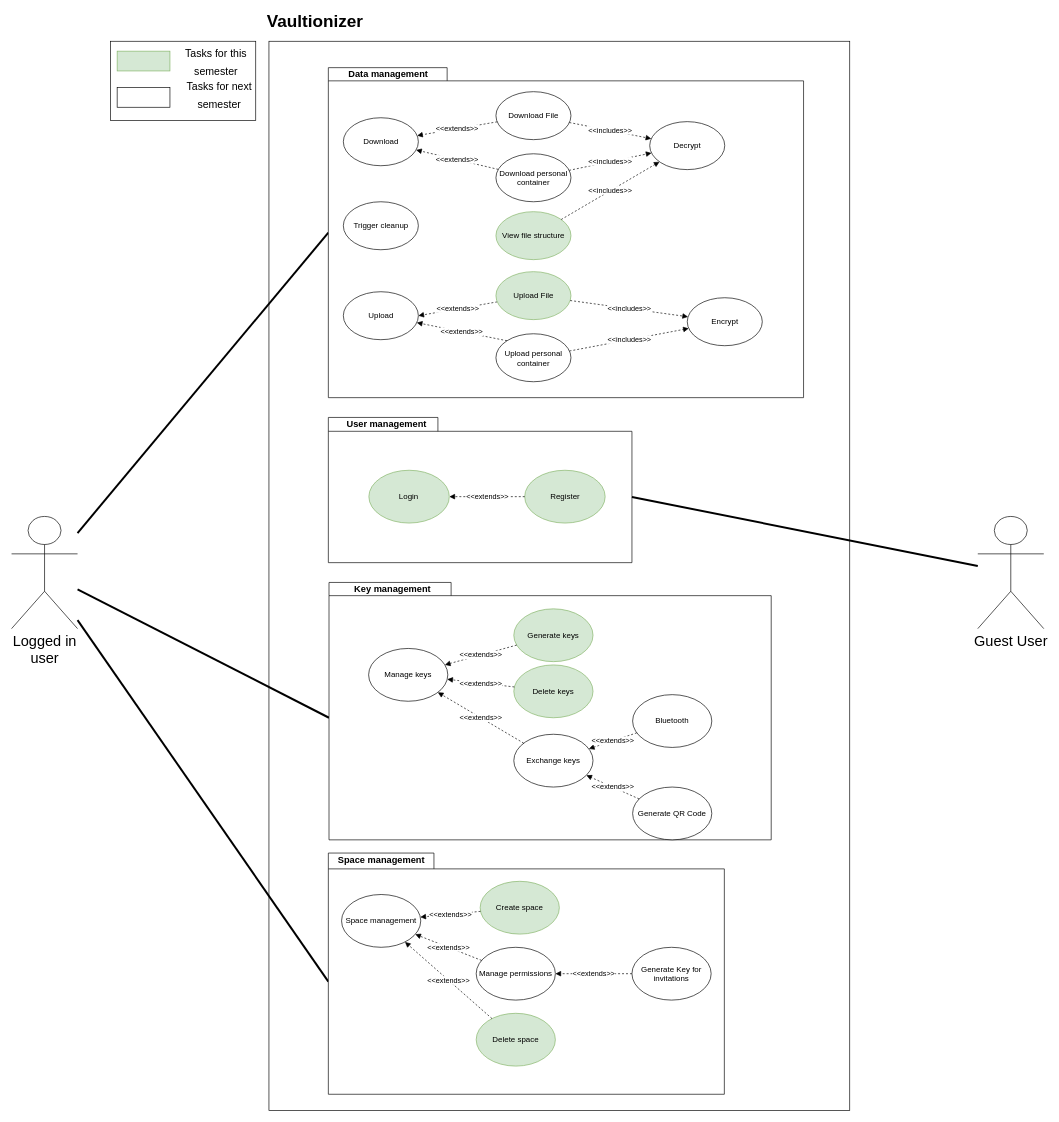
The draw.io diagram img/use_cases/overall_use_case.drawio in Vaultionizer/vault-docs, before the edit. Source tidied: cells renumbered, new cells numbered last; positions are measured from the earlier drawing's top-left corner, leaving out a move shared by most shapes. Both pictures are drawn from the tidied source at 66%, with x=0, y=0 at pixel (11, 15).
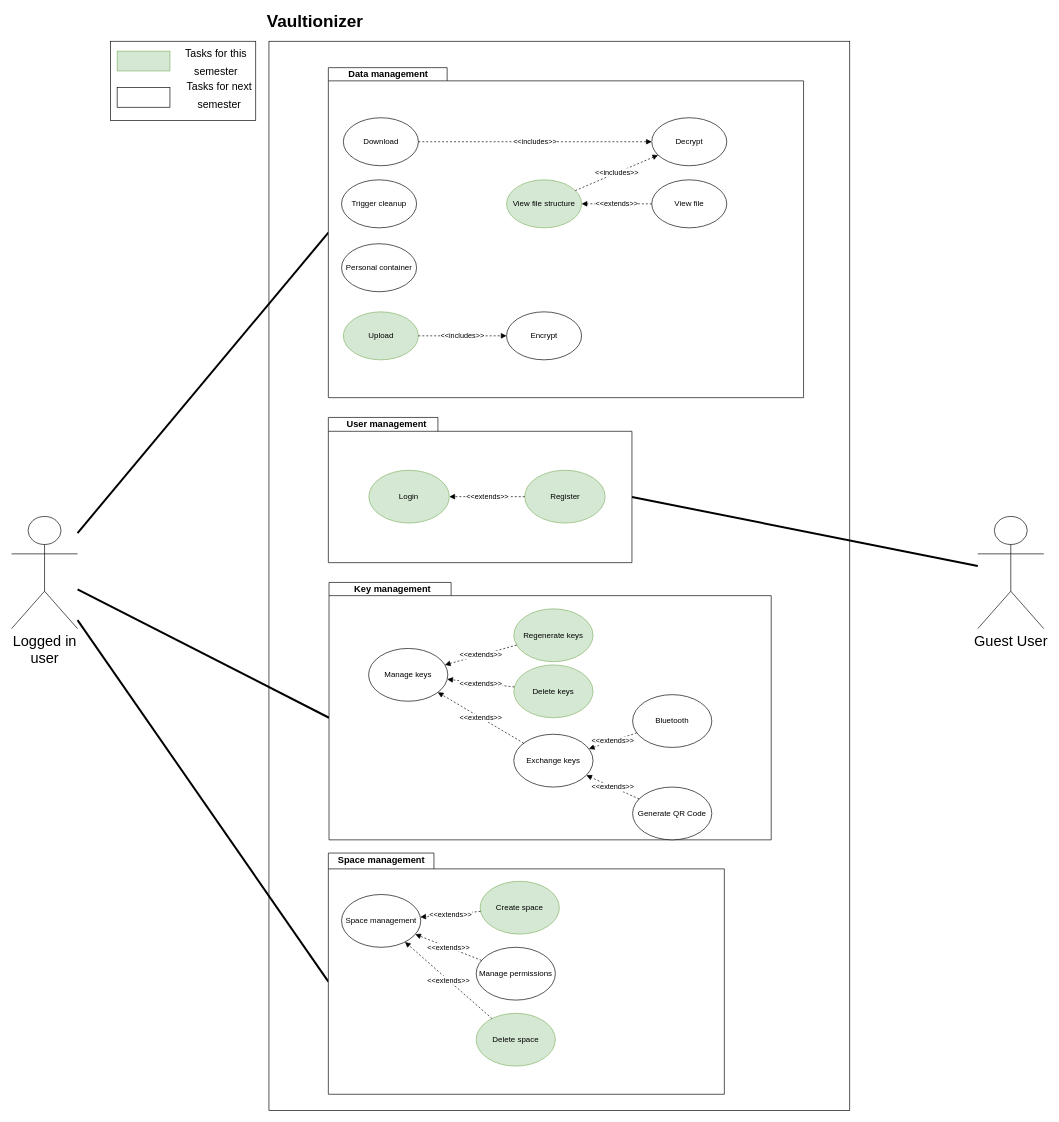
The same diagram, later.

Unchanged cells that the change refers to:
```xml
<mxCell id="9" style="group;" parent="7" vertex="1">
  <mxGeometry x="10" y="-10" width="600" height="365.5" as="geometry" />
</mxCell>
<mxCell id="14" value="Manage permissions" style="ellipse;whiteSpace=wrap;html=1;" parent="9" vertex="1">
  <mxGeometry x="224" y="142.8" width="120" height="80" as="geometry" />
</mxCell>
<mxCell id="22" style="group;" parent="1" vertex="1">
  <mxGeometry x="481" y="860" width="670" height="390" as="geometry" />
</mxCell>
<mxCell id="42" style="group;" parent="1" vertex="1">
  <mxGeometry x="480" y="80" width="720" height="500" as="geometry" />
</mxCell>
<mxCell id="52" value="&lt;div&gt;Download&lt;br&gt;&lt;/div&gt;" style="ellipse;whiteSpace=wrap;html=1;" parent="42" vertex="1">
  <mxGeometry x="22.7" y="75.9" width="113.7" height="72.7" as="geometry" />
</mxCell>
```

The edit, as a diff of the source:
```diff
@@
-    <mxCell id="15" value="Generate Key for invitations" style="ellipse;whiteSpace=wrap;html=1;" parent="9" vertex="1">
-      <mxGeometry x="460" y="142.8" width="120" height="80" as="geometry" />
-    </mxCell>
@@
-    <mxCell id="17" value="&amp;lt;&amp;lt;extends&amp;gt;&amp;gt;" style="edgeStyle=none;rounded=0;jettySize=auto;html=1;dashed=1;endArrow=block;endFill=1;" parent="9" edge="1" source="15" target="14">
-      <mxGeometry relative="1" as="geometry" />
-    </mxCell>
@@
-    <mxCell id="25" value="Generate keys" style="ellipse;whiteSpace=wrap;html=1;fillColor=#d5e8d4;strokeColor=#82b366;" parent="22" vertex="1">
+    <mxCell id="25" value="Regenerate keys" style="ellipse;whiteSpace=wrap;html=1;fillColor=#d5e8d4;strokeColor=#82b366;" parent="22" vertex="1">
       <mxGeometry x="280" y="40" width="120" height="80" as="geometry" />
     </mxCell>
@@
-    <mxCell id="44" value="Upload" style="ellipse;whiteSpace=wrap;html=1;" parent="42" vertex="1">
-      <mxGeometry x="22.7" y="339.5" width="113.7" height="72.7" as="geometry" />
+    <mxCell id="44" value="Upload" style="ellipse;whiteSpace=wrap;html=1;fillColor=#d5e8d4;strokeColor=#82b366;" parent="42" vertex="1">
+      <mxGeometry x="22.7" y="370" width="113.7" height="72.7" as="geometry" />
     </mxCell>
-    <mxCell id="45" value="&amp;lt;&amp;lt;extends&amp;gt;&amp;gt;" style="rounded=0;jettySize=auto;html=1;entryX=1;entryY=0.5;entryDx=0;entryDy=0;dashed=1;endArrow=block;endFill=1;" parent="42" edge="1" source="46" target="44">
-      <mxGeometry x="-6.2" y="218.2" as="geometry" />
-    </mxCell>
-    <mxCell id="46" value="Upload File" style="ellipse;whiteSpace=wrap;html=1;fillColor=#d5e8d4;strokeColor=#82b366;" parent="42" vertex="1">
-      <mxGeometry x="253.9" y="309.1" width="113.7" height="72.7" as="geometry" />
-    </mxCell>
     <mxCell id="47" value="Encrypt " style="ellipse;whiteSpace=wrap;html=1;" parent="42" vertex="1">
-      <mxGeometry x="543.8" y="348.6" width="113.7" height="72.7" as="geometry" />
+      <mxGeometry x="270" y="370" width="113.7" height="72.7" as="geometry" />
     </mxCell>
-    <mxCell id="48" value="&amp;lt;&amp;lt;includes&amp;gt;&amp;gt;" style="edgeStyle=none;rounded=0;jettySize=auto;html=1;dashed=1;endArrow=block;endFill=1;" parent="42" edge="1" source="46" target="47">
+    <mxCell id="48" value="&amp;lt;&amp;lt;includes&amp;gt;&amp;gt;" style="edgeStyle=none;rounded=0;jettySize=auto;html=1;dashed=1;endArrow=block;endFill=1;exitX=1;exitY=0.5;exitDx=0;exitDy=0;" parent="42" edge="1" source="44" target="47">
       <mxGeometry x="-6.2" y="218.2" as="geometry" />
     </mxCell>
-    <mxCell id="49" value="&amp;lt;&amp;lt;includes&amp;gt;&amp;gt;" style="edgeStyle=none;rounded=0;jettySize=auto;html=1;dashed=1;endArrow=block;endFill=1;" parent="42" edge="1" source="50" target="47">
-      <mxGeometry x="-6.2" y="218.2" as="geometry" />
-    </mxCell>
-    <mxCell id="50" value="Upload personal container" style="ellipse;whiteSpace=wrap;html=1;" parent="42" vertex="1">
-      <mxGeometry x="253.9" y="403.2" width="113.7" height="72.7" as="geometry" />
-    </mxCell>
-    <mxCell id="51" value="&amp;lt;&amp;lt;extends&amp;gt;&amp;gt;" style="rounded=0;jettySize=auto;html=1;dashed=1;endArrow=block;endFill=1;exitX=0;exitY=0;exitDx=0;exitDy=0;" parent="42" edge="1" source="50" target="44">
-      <mxGeometry x="-6.2" y="218.2" as="geometry" />
-    </mxCell>
@@
-    <mxCell id="53" value="&amp;lt;&amp;lt;extends&amp;gt;&amp;gt;" style="edgeStyle=none;rounded=0;jettySize=auto;html=1;dashed=1;endArrow=block;endFill=1;" parent="42" edge="1" source="57" target="52">
-      <mxGeometry x="9.5" as="geometry" />
-    </mxCell>
-    <mxCell id="54" value="Download File" style="ellipse;whiteSpace=wrap;html=1;" parent="42" vertex="1">
-      <mxGeometry x="253.9" y="36.4" width="113.7" height="72.7" as="geometry" />
-    </mxCell>
     <mxCell id="55" value="Decrypt" style="ellipse;whiteSpace=wrap;html=1;" parent="42" vertex="1">
-      <mxGeometry x="486.9" y="81.8" width="113.7" height="72.7" as="geometry" />
+      <mxGeometry x="490" y="75.9" width="113.7" height="72.7" as="geometry" />
     </mxCell>
-    <mxCell id="56" value="&amp;lt;&amp;lt;includes&amp;gt;&amp;gt;" style="edgeStyle=none;rounded=0;jettySize=auto;html=1;dashed=1;endArrow=block;endFill=1;" parent="42" edge="1" source="57" target="55">
-      <mxGeometry x="9.5" as="geometry" />
-    </mxCell>
-    <mxCell id="57" value="Download personal container" style="ellipse;whiteSpace=wrap;html=1;" parent="42" vertex="1">
-      <mxGeometry x="253.9" y="130.5" width="113.7" height="72.7" as="geometry" />
+    <mxCell id="57" value="Personal container" style="ellipse;whiteSpace=wrap;html=1;" parent="42" vertex="1">
+      <mxGeometry x="20" y="266.8" width="113.7" height="72.7" as="geometry" />
     </mxCell>
-    <mxCell id="58" value="&amp;lt;&amp;lt;includes&amp;gt;&amp;gt;" style="edgeStyle=none;rounded=0;jettySize=auto;html=1;dashed=1;endArrow=block;endFill=1;" parent="42" edge="1" source="54" target="55">
+    <mxCell id="58" value="&amp;lt;&amp;lt;includes&amp;gt;&amp;gt;" style="edgeStyle=none;rounded=0;jettySize=auto;html=1;dashed=1;endArrow=block;endFill=1;exitX=1;exitY=0.5;exitDx=0;exitDy=0;" parent="42" edge="1" source="52" target="55">
       <mxGeometry x="9.5" as="geometry" />
     </mxCell>
-    <mxCell id="59" value="&amp;lt;&amp;lt;extends&amp;gt;&amp;gt;" style="edgeStyle=none;rounded=0;jettySize=auto;html=1;dashed=1;endArrow=block;endFill=1;" parent="42" edge="1" source="54" target="52">
-      <mxGeometry x="9.5" as="geometry" />
-    </mxCell>
     <mxCell id="60" value="View file structure" style="ellipse;whiteSpace=wrap;html=1;fillColor=#d5e8d4;strokeColor=#82b366;" parent="42" vertex="1">
-      <mxGeometry x="253.9" y="218.2" width="113.7" height="72.7" as="geometry" />
+      <mxGeometry x="270" y="170" width="113.7" height="72.7" as="geometry" />
     </mxCell>
@@
     <mxCell id="63" value="Trigger cleanup" style="ellipse;whiteSpace=wrap;html=1;" parent="42" vertex="1">
-      <mxGeometry x="22.7" y="203.2" width="113.7" height="72.7" as="geometry" />
+      <mxGeometry x="20" y="170" width="113.7" height="72.7" as="geometry" />
     </mxCell>
+    <mxCell id="74" value="&amp;lt;&amp;lt;extends&amp;gt;&amp;gt;" style="edgeStyle=orthogonalEdgeStyle;rounded=0;jettySize=auto;html=1;exitX=0;exitY=0.5;exitDx=0;exitDy=0;entryX=1;entryY=0.5;entryDx=0;entryDy=0;endArrow=block;endFill=1;dashed=1;" parent="42" edge="1" source="75" target="60">
+      <mxGeometry relative="1" as="geometry" />
+    </mxCell>
+    <mxCell id="75" value="View file" style="ellipse;whiteSpace=wrap;html=1;" parent="42" vertex="1">
+      <mxGeometry x="490" y="170" width="113.7" height="72.7" as="geometry" />
+    </mxCell>
```
